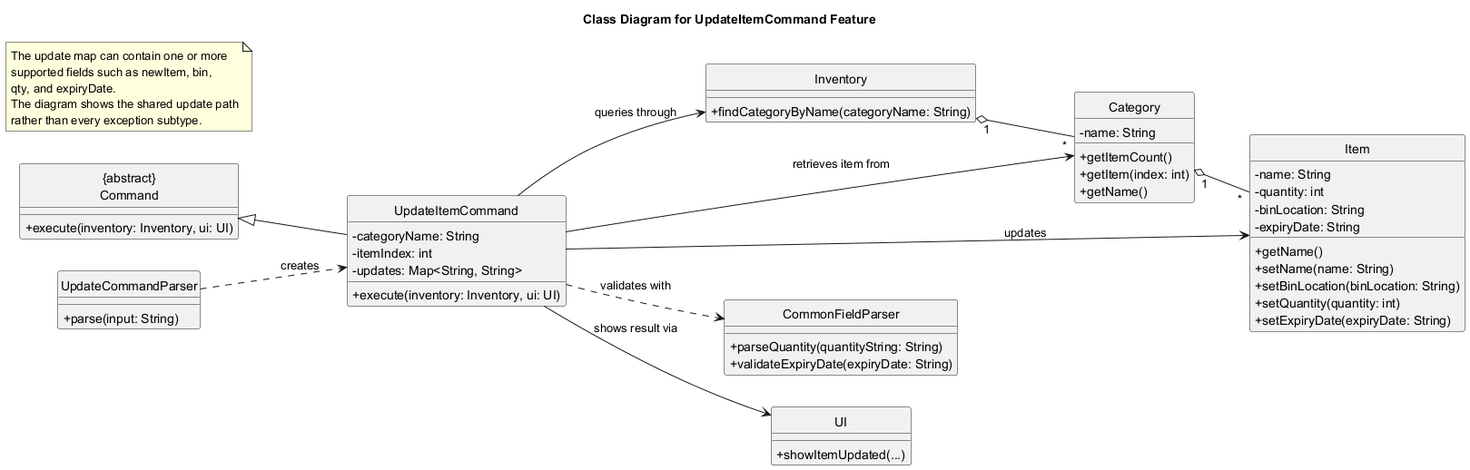
This is docs/diagrams/class/UpdateItemCommandClassDiagram.png from w-chuhao/tp, a PlantUML export, as it was before one commit.
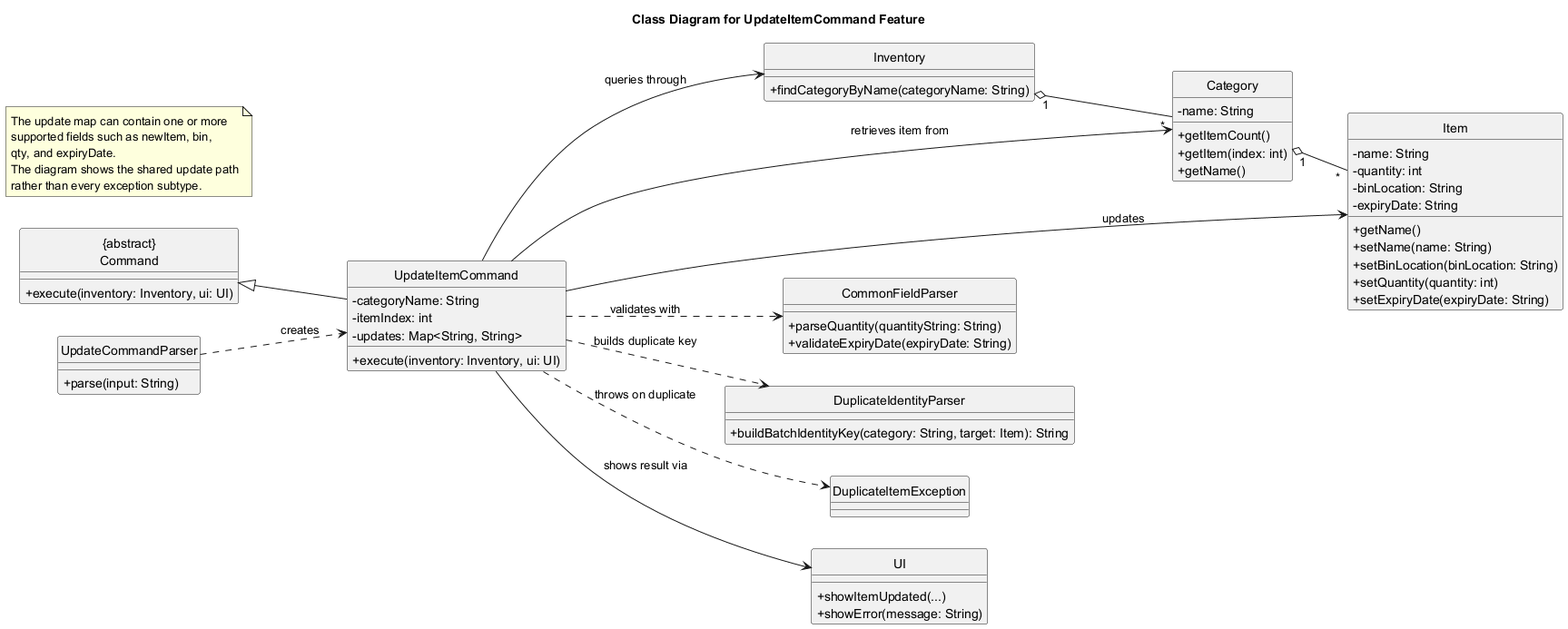
After the change.

Diff of the diagram source:
```diff
@@ -47,8 +47,15 @@
   + validateExpiryDate(expiryDate: String)
 }
 
+class DuplicateIdentityParser {
+  + buildBatchIdentityKey(category: String, target: Item): String
+}
+
+class DuplicateItemException
+
 class UI {
   + showItemUpdated(...)
+  + showError(message: String)
 }
 
 note as N1
@@ -65,6 +72,8 @@
 UpdateItemCommand --> Category : retrieves item from
 UpdateItemCommand --> Item : updates
 UpdateItemCommand ..> CommonFieldParser : validates with
+UpdateItemCommand ..> DuplicateIdentityParser : builds duplicate key
+UpdateItemCommand ..> DuplicateItemException : throws on duplicate
 UpdateItemCommand --> UI : shows result via
 Inventory "1" o-- "*" Category
 Category "1" o-- "*" Item
```
